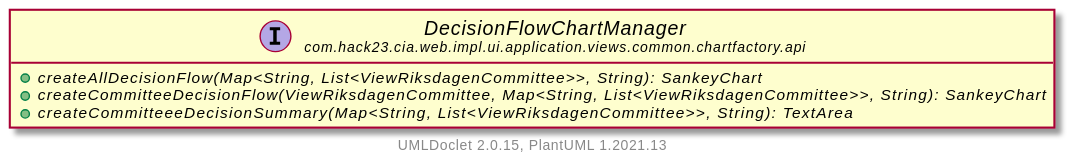
Above: apidocs/com/hack23/cia/web/impl/ui/application/views/common/chartfactory/api/DecisionFlowChartManager.svg in Hack23/cia (PlantUML), before the change.
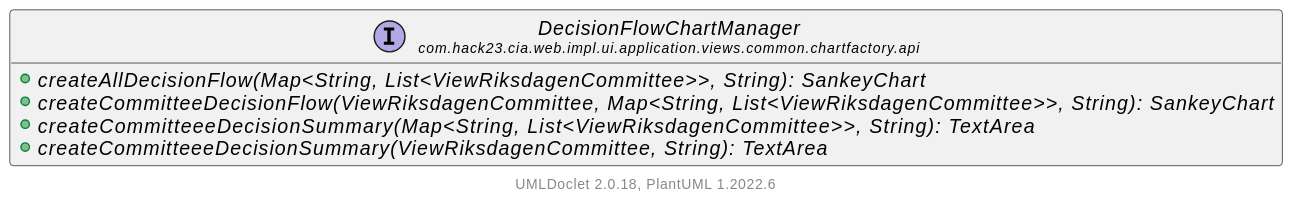
The same diagram one commit later.

Diff of the diagram source:
```diff
@@ -7,7 +7,8 @@
         {abstract} +createAllDecisionFlow(Map<String, List<ViewRiksdagenCommittee>>, String): SankeyChart
         {abstract} +createCommitteeDecisionFlow(ViewRiksdagenCommittee, Map<String, List<ViewRiksdagenCommittee>>, String): SankeyChart
         {abstract} +createCommitteeeDecisionSummary(Map<String, List<ViewRiksdagenCommittee>>, String): TextArea
+        {abstract} +createCommitteeeDecisionSummary(ViewRiksdagenCommittee, String): TextArea
     }
 
-    center footer UMLDoclet 2.0.15, PlantUML 1.2021.13
+    center footer UMLDoclet 2.0.18, PlantUML 1.2022.6
 @enduml
```
